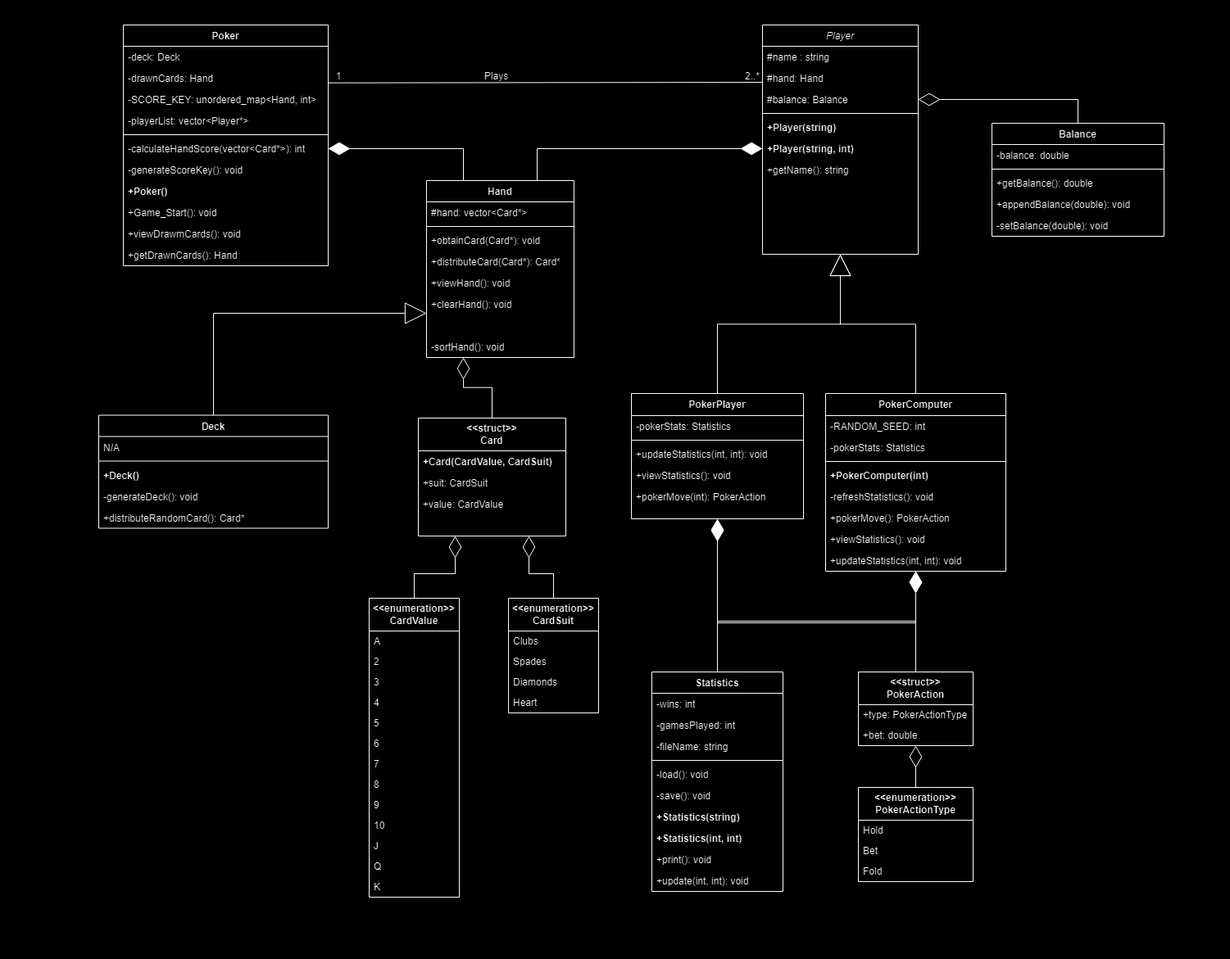
The draw.io diagram images/diagrams/Casino Game Class Diagram.drawio.png in jahooba/5-Draw-Poker, before a commit. Source tidied: cells renumbered, new cells last; positions are measured from the earlier drawing's top-left corner, leaving out a move shared by most shapes.
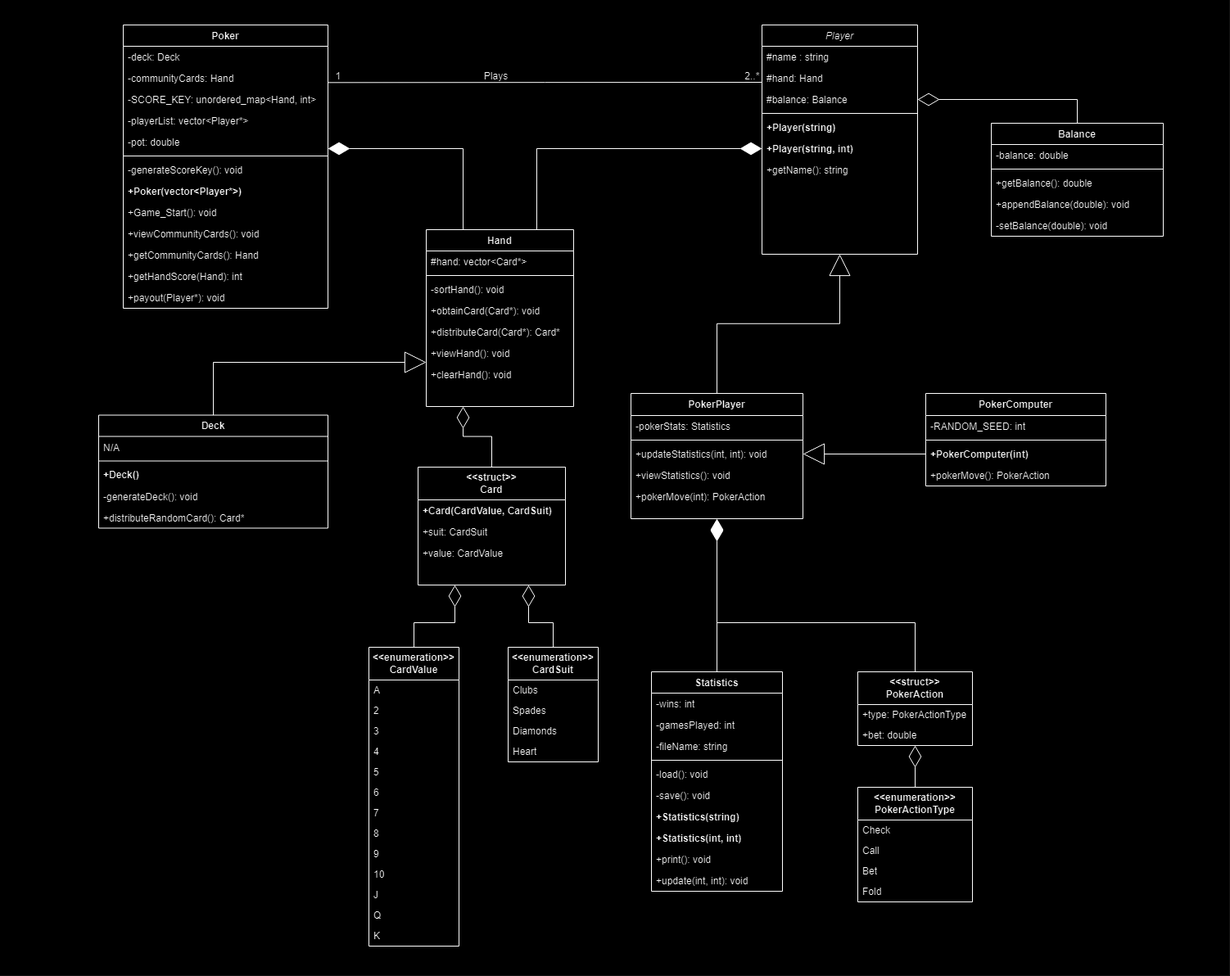
After the change.

Commit message:
added class diagram + description

Change to the diagram source:
```diff
@@ -3,7 +3,7 @@
     <mxCell id="0" />
     <mxCell id="1" parent="0" />
     <mxCell id="2" style="rounded=0;whiteSpace=wrap;html=1;border=0;strokeColor=#FFFFFF;" parent="1" vertex="1">
-      <mxGeometry width="1500" height="1170" as="geometry" />
+      <mxGeometry width="1500" height="1190" as="geometry" />
     </mxCell>
     <mxCell id="3" value="Player" style="swimlane;fontStyle=2;align=center;verticalAlign=top;horizontal=1;startSize=26;rounded=0;shadow=0;strokeWidth=1;" parent="1" vertex="1">
       <mxGeometry x="930" y="30" width="190" height="280" as="geometry" />
@@ -62,9 +62,6 @@
     <mxCell id="19" style="endArrow=block;endSize=24;endFill=0;shadow=0;strokeWidth=1;rounded=0;edgeStyle=elbowEdgeStyle;elbow=vertical;" parent="1" edge="1" source="13" target="3">
       <mxGeometry relative="1" as="geometry" />
     </mxCell>
-    <mxCell id="20" style="endArrow=block;endSize=24;endFill=0;shadow=0;strokeWidth=1;rounded=0;edgeStyle=elbowEdgeStyle;elbow=vertical;exitX=0.5;exitY=0;exitDx=0;exitDy=0;" parent="1" edge="1" source="27" target="3">
-      <mxGeometry relative="1" as="geometry" />
-    </mxCell>
     <mxCell id="21" style="endArrow=none;shadow=0;strokeWidth=1;rounded=0;endFill=1;edgeStyle=elbowEdgeStyle;elbow=vertical;entryX=1;entryY=0.5;entryDx=0;entryDy=0;" parent="1" edge="1">
       <mxGeometry x="0.5" y="41" relative="1" as="geometry">
         <mxPoint x="930" y="100" as="sourcePoint" />
@@ -87,39 +84,21 @@
         <mxPoint x="72" y="-57" as="offset" />
       </mxGeometry>
     </mxCell>
-    <mxCell id="25" style="endArrow=diamondThin;endFill=0;endSize=24;html=1;rounded=0;edgeStyle=elbowEdgeStyle;elbow=vertical;exitX=0.5;exitY=0;exitDx=0;exitDy=0;entryX=0.5;entryY=1;entryDx=0;entryDy=0;" parent="1" edge="1" source="80" target="27">
-      <mxGeometry relative="1" as="geometry" />
-    </mxCell>
-    <mxCell id="26" style="endArrow=diamondThin;endFill=1;endSize=24;html=1;rounded=0;edgeStyle=elbowEdgeStyle;elbow=vertical;exitX=0.5;exitY=0;exitDx=0;exitDy=0;entryX=0.5;entryY=1;entryDx=0;entryDy=0;" parent="1" edge="1" source="68" target="27">
-      <mxGeometry relative="1" as="geometry" />
-    </mxCell>
     <mxCell id="27" value="PokerComputer" style="swimlane;fontStyle=1;align=center;verticalAlign=top;horizontal=1;startSize=27;whiteSpace=wrap;html=1;" parent="1" vertex="1">
-      <mxGeometry x="1007" y="480" width="220" height="217" as="geometry" />
+      <mxGeometry x="1130" y="480" width="220" height="113" as="geometry" />
     </mxCell>
     <mxCell id="28" value="-RANDOM_SEED: int" style="text;strokeColor=none;fillColor=none;align=left;verticalAlign=top;spacingLeft=4;spacingRight=4;overflow=hidden;whiteSpace=wrap;html=1;" parent="27" vertex="1">
       <mxGeometry y="27" width="220" height="26" as="geometry" />
     </mxCell>
-    <mxCell id="29" value="-pokerStats: Statistics" style="text;strokeColor=none;fillColor=none;align=left;verticalAlign=top;spacingLeft=4;spacingRight=4;overflow=hidden;whiteSpace=wrap;html=1;" parent="27" vertex="1">
-      <mxGeometry y="53" width="220" height="26" as="geometry" />
-    </mxCell>
     <mxCell id="30" style="line;strokeWidth=1;fillColor=none;align=left;verticalAlign=middle;spacingTop=-1;spacingLeft=3;spacingRight=3;labelPosition=right;strokeColor=inherit;" parent="27" vertex="1">
-      <mxGeometry y="79" width="220" height="8" as="geometry" />
+      <mxGeometry y="53" width="220" height="8" as="geometry" />
     </mxCell>
     <mxCell id="31" value="+PokerComputer(int)" style="text;align=left;verticalAlign=top;spacingLeft=4;spacingRight=4;overflow=hidden;points=[[0,0.5],[1,0.5]];portConstraint=eastwest;fontStyle=1;" parent="27" vertex="1">
-      <mxGeometry y="87" width="220" height="26" as="geometry" />
+      <mxGeometry y="61" width="220" height="26" as="geometry" />
     </mxCell>
-    <mxCell id="32" value="-refreshStatistics(): void" style="text;align=left;verticalAlign=top;spacingLeft=4;spacingRight=4;overflow=hidden;fontStyle=0;" parent="27" vertex="1">
-      <mxGeometry y="113" width="220" height="26" as="geometry" />
-    </mxCell>
     <mxCell id="33" value="+pokerMove(): PokerAction" style="text;align=left;verticalAlign=top;spacingLeft=4;spacingRight=4;overflow=hidden;fontStyle=0;" parent="27" vertex="1">
-      <mxGeometry y="139" width="220" height="26" as="geometry" />
+      <mxGeometry y="87" width="220" height="26" as="geometry" />
     </mxCell>
-    <mxCell id="34" value="+viewStatistics(): void" style="text;align=left;verticalAlign=top;spacingLeft=4;spacingRight=4;overflow=hidden;fontStyle=0;" parent="27" vertex="1">
-      <mxGeometry y="165" width="220" height="26" as="geometry" />
-    </mxCell>
-    <mxCell id="35" value="+updateStatistics(int, int): void" style="text;align=left;verticalAlign=top;spacingLeft=4;spacingRight=4;overflow=hidden;fontStyle=0;" parent="27" vertex="1">
-      <mxGeometry y="191" width="220" height="26" as="geometry" />
-    </mxCell>
     <mxCell id="36" value="Deck" style="swimlane;fontStyle=1;align=center;verticalAlign=top;horizontal=1;startSize=26;whiteSpace=wrap;html=1;" parent="1" vertex="1">
       <mxGeometry x="120" y="506.5" width="280" height="138" as="geometry" />
     </mxCell>
@@ -139,7 +118,7 @@
       <mxGeometry y="112" width="280" height="26" as="geometry" />
     </mxCell>
     <mxCell id="42" value="&amp;lt;&amp;lt;enumeration&amp;gt;&amp;gt;&lt;br&gt;CardValue" style="swimlane;fontStyle=1;align=center;verticalAlign=middle;horizontal=1;startSize=40;html=1;whiteSpace=wrap;" parent="1" vertex="1">
-      <mxGeometry x="450" y="730" width="110" height="365" as="geometry" />
+      <mxGeometry x="450" y="790" width="110" height="365" as="geometry" />
     </mxCell>
     <mxCell id="43" value="A" style="text;html=1;strokeColor=none;fillColor=none;align=left;verticalAlign=middle;spacingLeft=4;spacingRight=4;overflow=hidden;whiteSpace=wrap;" parent="42" vertex="1">
       <mxGeometry y="40" width="110" height="25" as="geometry" />
@@ -181,7 +160,7 @@
       <mxGeometry y="340" width="110" height="25" as="geometry" />
     </mxCell>
     <mxCell id="56" value="&amp;lt;&amp;lt;enumeration&amp;gt;&amp;gt;&lt;br&gt;CardSuit" style="swimlane;fontStyle=1;align=center;verticalAlign=middle;horizontal=1;startSize=40;html=1;whiteSpace=wrap;" parent="1" vertex="1">
-      <mxGeometry x="620" y="730" width="110" height="140" as="geometry" />
+      <mxGeometry x="620" y="790" width="110" height="140" as="geometry" />
     </mxCell>
     <mxCell id="57" value="Clubs" style="text;html=1;strokeColor=none;fillColor=none;align=left;verticalAlign=middle;spacingLeft=4;spacingRight=4;overflow=hidden;whiteSpace=wrap;" parent="56" vertex="1">
       <mxGeometry y="40" width="110" height="25" as="geometry" />
@@ -198,19 +177,19 @@
     <mxCell id="61" style="endArrow=diamondThin;endFill=0;endSize=24;html=1;rounded=0;edgeStyle=elbowEdgeStyle;elbow=vertical;exitX=0.5;exitY=0;exitDx=0;exitDy=0;entryX=0.75;entryY=1;entryDx=0;entryDy=0;" parent="1" edge="1" source="56" target="63">
       <mxGeometry relative="1" as="geometry">
         <Array as="points">
-          <mxPoint x="670" y="700" />
+          <mxPoint x="670" y="760" />
         </Array>
       </mxGeometry>
     </mxCell>
     <mxCell id="62" style="endArrow=diamondThin;endFill=0;endSize=24;html=1;rounded=0;edgeStyle=elbowEdgeStyle;elbow=vertical;exitX=0.5;exitY=0;exitDx=0;exitDy=0;entryX=0.25;entryY=1;entryDx=0;entryDy=0;" parent="1" edge="1" source="42" target="63">
       <mxGeometry relative="1" as="geometry">
         <Array as="points">
-          <mxPoint x="490" y="700" />
+          <mxPoint x="490" y="760" />
         </Array>
       </mxGeometry>
     </mxCell>
     <mxCell id="63" value="&lt;b&gt;&amp;lt;&amp;lt;struct&amp;gt;&amp;gt;&lt;br&gt;Card&lt;/b&gt;" style="swimlane;fontStyle=0;horizontal=1;startSize=40;fillColor=none;whiteSpace=wrap;html=1;" parent="1" vertex="1">
-      <mxGeometry x="510" y="510" width="180" height="144" as="geometry" />
+      <mxGeometry x="510" y="570" width="180" height="144" as="geometry" />
     </mxCell>
     <mxCell id="64" value="+Card(CardValue, CardSuit)" style="text;strokeColor=none;fillColor=none;align=left;verticalAlign=top;spacingLeft=4;spacingRight=4;overflow=hidden;whiteSpace=wrap;html=1;fontStyle=1;" parent="63" vertex="1">
       <mxGeometry y="40" width="180" height="26" as="geometry" />
@@ -270,16 +249,19 @@
       <mxGeometry y="65" width="140" height="25" as="geometry" />
     </mxCell>
     <mxCell id="83" value="&amp;lt;&amp;lt;enumeration&amp;gt;&amp;gt;&lt;br&gt;PokerActionType" style="swimlane;fontStyle=1;align=center;verticalAlign=middle;horizontal=1;startSize=40;html=1;whiteSpace=wrap;" parent="1" vertex="1">
-      <mxGeometry x="1047" y="961" width="140" height="115" as="geometry" />
+      <mxGeometry x="1047" y="961" width="140" height="140" as="geometry" />
     </mxCell>
-    <mxCell id="84" value="Hold" style="text;html=1;strokeColor=none;fillColor=none;align=left;verticalAlign=middle;spacingLeft=4;spacingRight=4;overflow=hidden;whiteSpace=wrap;" parent="83" vertex="1">
+    <mxCell id="84" value="Check" style="text;html=1;strokeColor=none;fillColor=none;align=left;verticalAlign=middle;spacingLeft=4;spacingRight=4;overflow=hidden;whiteSpace=wrap;" parent="83" vertex="1">
       <mxGeometry y="40" width="140" height="25" as="geometry" />
     </mxCell>
+    <mxCell id="120" value="Call" style="text;html=1;strokeColor=none;fillColor=none;align=left;verticalAlign=middle;spacingLeft=4;spacingRight=4;overflow=hidden;whiteSpace=wrap;" parent="83" vertex="1">
+      <mxGeometry y="65" width="140" height="25" as="geometry" />
+    </mxCell>
     <mxCell id="85" value="Bet" style="text;html=1;strokeColor=none;fillColor=none;align=left;verticalAlign=middle;spacingLeft=4;spacingRight=4;overflow=hidden;whiteSpace=wrap;" parent="83" vertex="1">
-      <mxGeometry y="65" width="140" height="25" as="geometry" />
+      <mxGeometry y="90" width="140" height="25" as="geometry" />
     </mxCell>
     <mxCell id="86" value="Fold" style="text;html=1;strokeColor=none;fillColor=none;align=left;verticalAlign=middle;spacingLeft=4;spacingRight=4;overflow=hidden;whiteSpace=wrap;" parent="83" vertex="1">
-      <mxGeometry y="90" width="140" height="25" as="geometry" />
+      <mxGeometry y="115" width="140" height="25" as="geometry" />
     </mxCell>
     <mxCell id="87" value="Balance" style="swimlane;fontStyle=1;align=center;verticalAlign=top;horizontal=1;startSize=26;whiteSpace=wrap;html=1;" parent="1" vertex="1">
       <mxGeometry x="1210" y="150" width="210" height="138" as="geometry" />
@@ -300,12 +282,12 @@
       <mxGeometry y="112" width="210" height="26" as="geometry" />
     </mxCell>
     <mxCell id="93" value="Poker" style="swimlane;fontStyle=1;align=center;verticalAlign=top;horizontal=1;startSize=26;rounded=0;shadow=0;strokeWidth=1;" parent="1" vertex="1">
-      <mxGeometry x="150" y="30" width="250" height="294" as="geometry" />
+      <mxGeometry x="150" y="30" width="250" height="346" as="geometry" />
     </mxCell>
     <mxCell id="94" value="-deck: Deck" style="text;align=left;verticalAlign=top;spacingLeft=4;spacingRight=4;overflow=hidden;" parent="93" vertex="1">
       <mxGeometry y="26" width="250" height="26" as="geometry" />
     </mxCell>
-    <mxCell id="95" value="-drawnCards: Hand" style="text;align=left;verticalAlign=top;spacingLeft=4;spacingRight=4;overflow=hidden;" parent="93" vertex="1">
+    <mxCell id="95" value="-communityCards: Hand" style="text;align=left;verticalAlign=top;spacingLeft=4;spacingRight=4;overflow=hidden;" parent="93" vertex="1">
       <mxGeometry y="52" width="250" height="26" as="geometry" />
     </mxCell>
     <mxCell id="96" value="-SCORE_KEY: unordered_map&lt;Hand, int&gt;" style="text;align=left;verticalAlign=top;spacingLeft=4;spacingRight=4;overflow=hidden;" parent="93" vertex="1">
@@ -314,27 +296,33 @@
     <mxCell id="97" value="-playerList: vector&lt;Player*&gt;" style="text;align=left;verticalAlign=top;spacingLeft=4;spacingRight=4;overflow=hidden;" parent="93" vertex="1">
       <mxGeometry y="104" width="250" height="26" as="geometry" />
     </mxCell>
+    <mxCell id="121" value="-pot: double" style="text;align=left;verticalAlign=top;spacingLeft=4;spacingRight=4;overflow=hidden;" parent="93" vertex="1">
+      <mxGeometry y="130" width="250" height="26" as="geometry" />
+    </mxCell>
     <mxCell id="98" style="line;html=1;strokeWidth=1;align=left;verticalAlign=middle;spacingTop=-1;spacingLeft=3;spacingRight=3;labelPosition=right;" parent="93" vertex="1">
-      <mxGeometry y="130" width="250" height="8" as="geometry" />
+      <mxGeometry y="156" width="250" height="8" as="geometry" />
     </mxCell>
-    <mxCell id="99" value="-calculateHandScore(vector&lt;Card*&gt;): int" style="text;align=left;verticalAlign=top;spacingLeft=4;spacingRight=4;overflow=hidden;points=[[0,0.5],[1,0.5]];portConstraint=eastwest;" parent="93" vertex="1">
-      <mxGeometry y="138" width="250" height="26" as="geometry" />
-    </mxCell>
     <mxCell id="100" value="-generateScoreKey(): void" style="text;align=left;verticalAlign=top;spacingLeft=4;spacingRight=4;overflow=hidden;" parent="93" vertex="1">
       <mxGeometry y="164" width="250" height="26" as="geometry" />
     </mxCell>
-    <mxCell id="101" value="+Poker()" style="text;align=left;verticalAlign=top;spacingLeft=4;spacingRight=4;overflow=hidden;fontStyle=1;" parent="93" vertex="1">
+    <mxCell id="101" value="+Poker(vector&lt;Player*&gt;)" style="text;align=left;verticalAlign=top;spacingLeft=4;spacingRight=4;overflow=hidden;fontStyle=1;" parent="93" vertex="1">
       <mxGeometry y="190" width="250" height="26" as="geometry" />
     </mxCell>
     <mxCell id="102" value="+Game_Start(): void" style="text;align=left;verticalAlign=top;spacingLeft=4;spacingRight=4;overflow=hidden;" parent="93" vertex="1">
       <mxGeometry y="216" width="250" height="26" as="geometry" />
     </mxCell>
-    <mxCell id="103" value="+viewDrawmCards(): void" style="text;align=left;verticalAlign=top;spacingLeft=4;spacingRight=4;overflow=hidden;" parent="93" vertex="1">
+    <mxCell id="103" value="+viewCommunityCards(): void" style="text;align=left;verticalAlign=top;spacingLeft=4;spacingRight=4;overflow=hidden;" parent="93" vertex="1">
       <mxGeometry y="242" width="250" height="26" as="geometry" />
     </mxCell>
-    <mxCell id="104" value="+getDrawnCards(): Hand" style="text;align=left;verticalAlign=top;spacingLeft=4;spacingRight=4;overflow=hidden;" parent="93" vertex="1">
+    <mxCell id="104" value="+getCommunityCards(): Hand" style="text;align=left;verticalAlign=top;spacingLeft=4;spacingRight=4;overflow=hidden;" parent="93" vertex="1">
       <mxGeometry y="268" width="250" height="26" as="geometry" />
     </mxCell>
+    <mxCell id="122" value="+getHandScore(Hand): int" style="text;align=left;verticalAlign=top;spacingLeft=4;spacingRight=4;overflow=hidden;" parent="93" vertex="1">
+      <mxGeometry y="294" width="250" height="26" as="geometry" />
+    </mxCell>
+    <mxCell id="123" value="+payout(Player*): void" style="text;align=left;verticalAlign=top;spacingLeft=4;spacingRight=4;overflow=hidden;" parent="93" vertex="1">
+      <mxGeometry y="320" width="250" height="26" as="geometry" />
+    </mxCell>
     <mxCell id="105" style="endArrow=block;endSize=24;endFill=0;shadow=0;strokeWidth=1;rounded=0;jettySize=auto;html=1;exitX=0.5;exitY=0;exitDx=0;exitDy=0;entryX=0;entryY=0.75;entryDx=0;entryDy=0;edgeStyle=elbowEdgeStyle;" parent="1" edge="1" source="36" target="107">
       <mxGeometry relative="1" as="geometry">
         <Array as="points">
@@ -346,7 +334,7 @@
       <mxGeometry relative="1" as="geometry" />
     </mxCell>
     <mxCell id="107" value="Hand" style="swimlane;fontStyle=1;align=center;verticalAlign=top;horizontal=1;startSize=26;whiteSpace=wrap;html=1;" parent="1" vertex="1">
-      <mxGeometry x="520" y="220" width="180" height="216" as="geometry" />
+      <mxGeometry x="520" y="280" width="180" height="216" as="geometry" />
     </mxCell>
     <mxCell id="108" value="#hand: vector&amp;lt;Card*&amp;gt;" style="text;strokeColor=none;fillColor=none;align=left;verticalAlign=top;spacingLeft=4;spacingRight=4;overflow=hidden;whiteSpace=wrap;html=1;" parent="107" vertex="1">
       <mxGeometry y="26" width="180" height="26" as="geometry" />
@@ -354,26 +342,27 @@
     <mxCell id="109" style="line;strokeWidth=1;fillColor=none;align=left;verticalAlign=middle;spacingTop=-1;spacingLeft=3;spacingRight=3;labelPosition=right;strokeColor=inherit;" parent="107" vertex="1">
       <mxGeometry y="52" width="180" height="8" as="geometry" />
     </mxCell>
+    <mxCell id="115" value="-sortHand(): void" style="text;strokeColor=none;fillColor=none;align=left;verticalAlign=top;spacingLeft=4;spacingRight=4;overflow=hidden;whiteSpace=wrap;html=1;" parent="107" vertex="1">
+      <mxGeometry y="60" width="180" height="26" as="geometry" />
+    </mxCell>
     <mxCell id="110" value="+obtainCard(Card*): void" style="text;strokeColor=none;fillColor=none;align=left;verticalAlign=top;spacingLeft=4;spacingRight=4;overflow=hidden;whiteSpace=wrap;html=1;" parent="107" vertex="1">
-      <mxGeometry y="60" width="180" height="26" as="geometry" />
+      <mxGeometry y="86" width="180" height="26" as="geometry" />
     </mxCell>
     <mxCell id="111" value="+distributeCard(Card*): Card*" style="text;align=left;verticalAlign=top;spacingLeft=4;spacingRight=4;overflow=hidden;" parent="107" vertex="1">
-      <mxGeometry y="86" width="180" height="26" as="geometry" />
+      <mxGeometry y="112" width="180" height="26" as="geometry" />
     </mxCell>
     <mxCell id="112" value="+viewHand(): void" style="text;align=left;verticalAlign=top;spacingLeft=4;spacingRight=4;overflow=hidden;" parent="107" vertex="1">
-      <mxGeometry y="112" width="180" height="26" as="geometry" />
+      <mxGeometry y="138" width="180" height="26" as="geometry" />
     </mxCell>
     <mxCell id="113" value="+clearHand(): void" style="text;align=left;verticalAlign=top;spacingLeft=4;spacingRight=4;overflow=hidden;" parent="107" vertex="1">
-      <mxGeometry y="138" width="180" height="26" as="geometry" />
+      <mxGeometry y="164" width="180" height="26" as="geometry" />
     </mxCell>
     <mxCell id="114" style="text;align=left;verticalAlign=top;spacingLeft=4;spacingRight=4;overflow=hidden;" parent="107" vertex="1">
-      <mxGeometry y="164" width="180" height="26" as="geometry" />
+      <mxGeometry y="190" width="180" height="26" as="geometry" />
     </mxCell>
-    <mxCell id="115" value="-sortHand(): void" style="text;strokeColor=none;fillColor=none;align=left;verticalAlign=top;spacingLeft=4;spacingRight=4;overflow=hidden;whiteSpace=wrap;html=1;" parent="107" vertex="1">
-      <mxGeometry y="190" width="180" height="26" as="geometry" />
-    </mxCell>
-    <mxCell id="116" style="endArrow=diamondThin;endFill=1;endSize=24;html=1;rounded=0;edgeStyle=elbowEdgeStyle;exitX=0.25;exitY=0;exitDx=0;exitDy=0;entryX=1;entryY=0.5;entryDx=0;entryDy=0;" parent="1" edge="1" source="107" target="99">
+    <mxCell id="116" style="endArrow=diamondThin;endFill=1;endSize=24;html=1;rounded=0;edgeStyle=elbowEdgeStyle;exitX=0.25;exitY=0;exitDx=0;exitDy=0;entryX=1;entryY=0.5;entryDx=0;entryDy=0;" parent="1" edge="1" source="107">
       <mxGeometry relative="1" as="geometry">
+        <mxPoint x="400" y="181" as="targetPoint" />
         <Array as="points">
           <mxPoint x="565" y="200" />
         </Array>
@@ -400,5 +389,8 @@
         </Array>
       </mxGeometry>
     </mxCell>
+    <mxCell id="124" style="endArrow=block;endSize=24;endFill=0;edgeStyle=orthogonalEdgeStyle;rounded=0;jettySize=auto;html=1;exitX=0;exitY=0.5;exitDx=0;exitDy=0;entryX=1;entryY=0.5;entryDx=0;entryDy=0;" parent="1" edge="1" source="31" target="16">
+      <mxGeometry relative="1" as="geometry" />
+    </mxCell>
   </root>
 </mxGraphModel>
```
